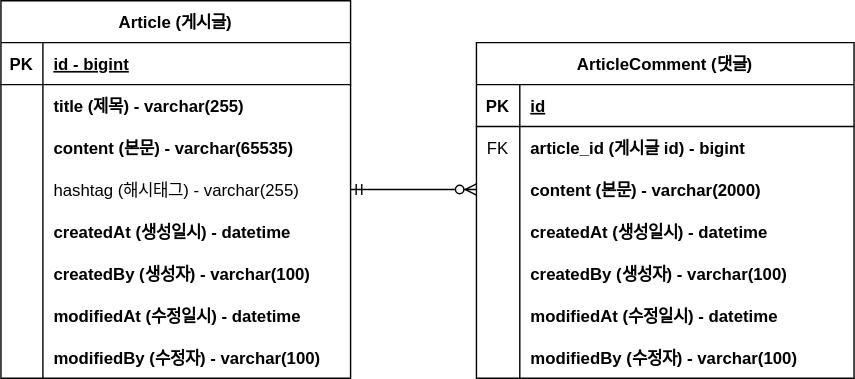
Before: document/project-board-erd.svg, a diagram exported from draw.io (ChangwookYang/fastcampus-project-board). Source tidied: cells renumbered, new cells last; positions are measured from the earlier drawing's top-left corner, leaving out a move shared by most shapes.
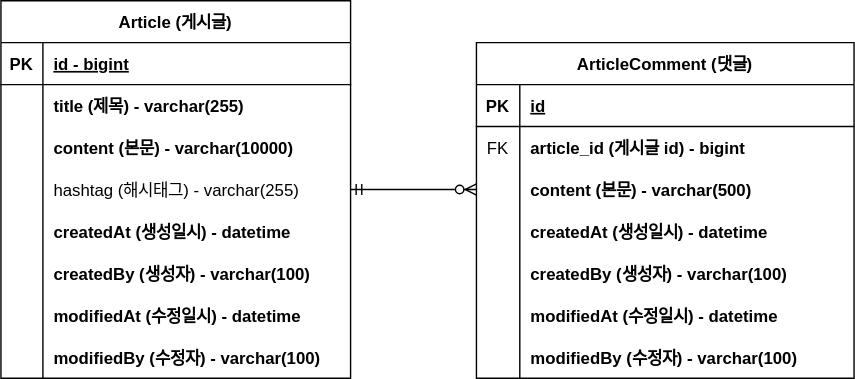
Later version of the same file.

Commit message:
#10 - ERD 업데이트(content 사이즈 변경)

What changed in the source:
```diff
@@ -29,7 +29,7 @@
     <mxCell id="10" style="shape=partialRectangle;overflow=hidden;fillColor=none;top=0;left=0;bottom=0;right=0;" parent="9" vertex="1">
       <mxGeometry width="30" height="30" as="geometry" />
     </mxCell>
-    <mxCell id="11" value="content (본문) - varchar(65535)" style="shape=partialRectangle;overflow=hidden;fillColor=none;top=0;left=0;bottom=0;right=0;align=left;spacingLeft=6;fontStyle=1;" parent="9" vertex="1">
+    <mxCell id="11" value="content (본문) - varchar(10000)" style="shape=partialRectangle;overflow=hidden;fillColor=none;top=0;left=0;bottom=0;right=0;align=left;spacingLeft=6;fontStyle=1;" parent="9" vertex="1">
       <mxGeometry x="30" width="220" height="30" as="geometry" />
     </mxCell>
     <mxCell id="12" style="shape=partialRectangle;fillColor=none;points=[[0,0.5],[1,0.5]];portConstraint=eastwest;top=0;left=0;right=0;bottom=0;" parent="2" vertex="1">
@@ -104,7 +104,7 @@
     <mxCell id="35" style="shape=partialRectangle;overflow=hidden;fillColor=none;top=0;left=0;bottom=0;right=0;" parent="34" vertex="1">
       <mxGeometry width="31" height="30" as="geometry" />
     </mxCell>
-    <mxCell id="36" value="content (본문) - varchar(2000)" style="shape=partialRectangle;overflow=hidden;fillColor=none;top=0;left=0;bottom=0;right=0;align=left;spacingLeft=6;fontStyle=1;" parent="34" vertex="1">
+    <mxCell id="36" value="content (본문) - varchar(500)" style="shape=partialRectangle;overflow=hidden;fillColor=none;top=0;left=0;bottom=0;right=0;align=left;spacingLeft=6;fontStyle=1;" parent="34" vertex="1">
       <mxGeometry x="31" width="239" height="30" as="geometry" />
     </mxCell>
     <mxCell id="37" style="shape=partialRectangle;fillColor=none;top=0;left=0;right=0;bottom=0;" parent="27" vertex="1">
```
